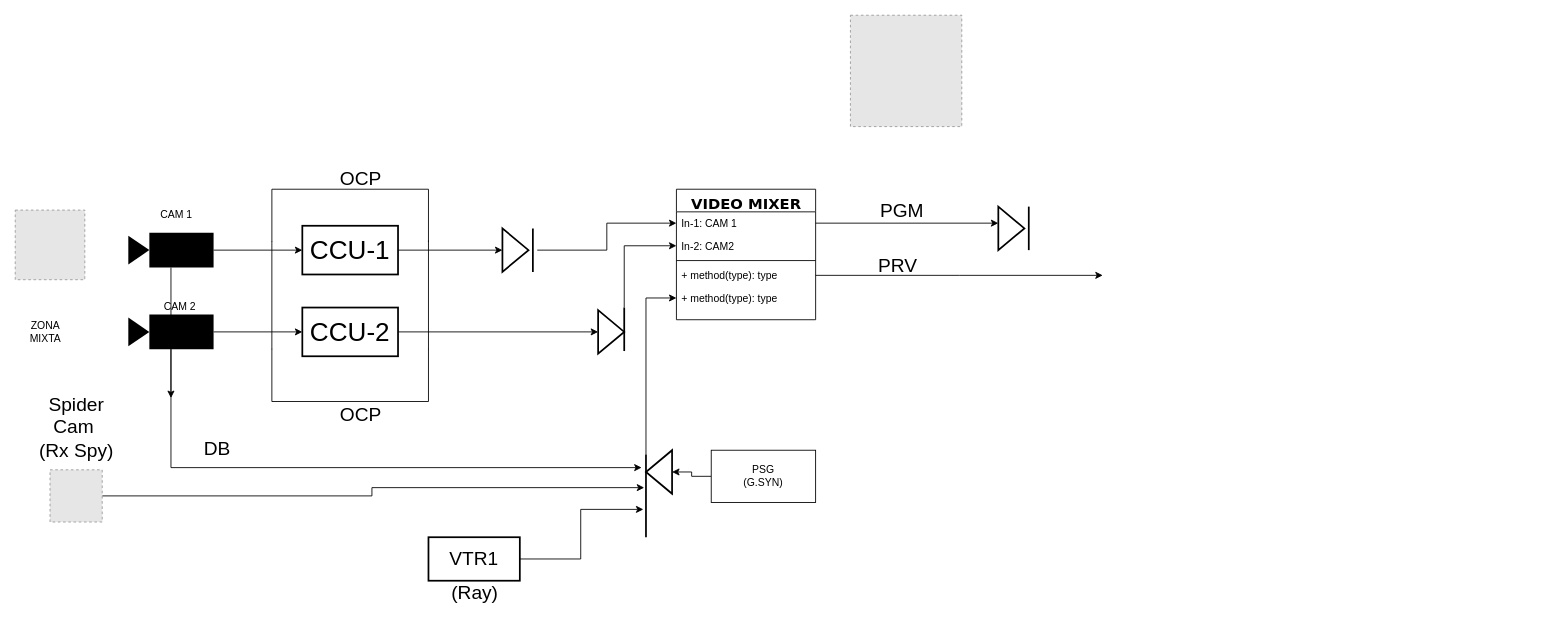
The draw.io diagram Untitled Diagram.drawio in jbenaventeheras/diagrams, before the edit. Source tidied: cells renumbered, new cells numbered last; positions are measured from the earlier drawing's top-left corner, leaving out a move shared by most shapes. Both pictures are drawn from the tidied source at 87%, with x=0, y=0 at pixel (15, 15). Pictures stored in the file or linked from it are replaced by grey dashed boxes.
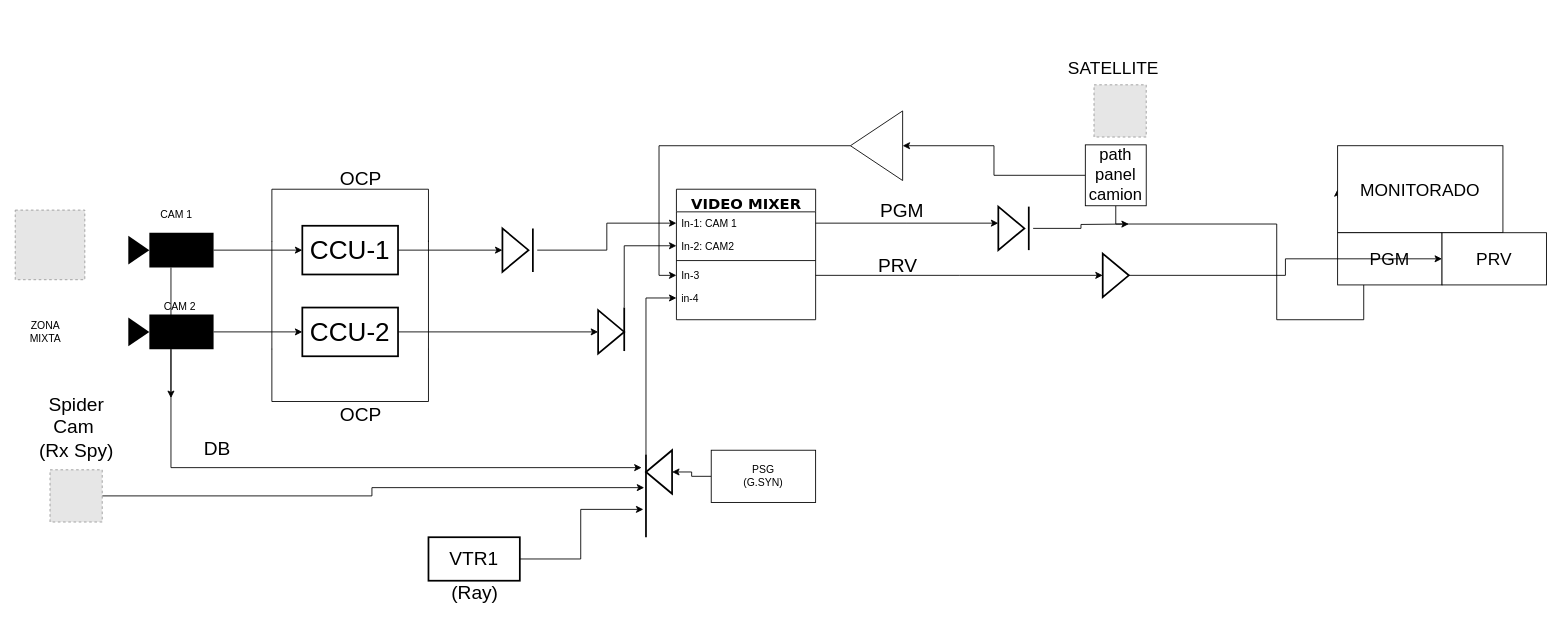
After the change.

Unchanged cells that the change refers to:
```xml
<mxCell id="2" value="&lt;span style=&quot;font-size: 17px&quot;&gt;VIDEO MIXER&lt;/span&gt;" style="swimlane;html=1;fontStyle=1;align=center;verticalAlign=top;horizontal=1;startSize=26;swimlaneFillColor=#ffffff;rounded=0;shadow=0;comic=0;labelBackgroundColor=none;strokeWidth=1;fillColor=none;fontFamily=Verdana;fontSize=12;" parent="1" vertex="1">
  <mxGeometry x="760" y="200" width="160" height="150" as="geometry" />
</mxCell>
<mxCell id="51" style="line;strokeWidth=2;direction=south;html=1;" parent="1" vertex="1">
  <mxGeometry x="1160" y="220" width="10" height="50" as="geometry" />
</mxCell>
```

The edit, as a diff of the source:
```diff
@@
-    <mxCell id="6" value="+ method(type): type" style="text;html=1;strokeColor=none;fillColor=none;align=left;verticalAlign=top;spacingLeft=4;spacingRight=4;whiteSpace=wrap;overflow=hidden;points=[[0,0.5],[1,0.5]];portConstraint=eastwest;" parent="2" vertex="1">
+    <mxCell id="6" value="In-3" style="text;html=1;strokeColor=none;fillColor=none;align=left;verticalAlign=top;spacingLeft=4;spacingRight=4;whiteSpace=wrap;overflow=hidden;points=[[0,0.5],[1,0.5]];portConstraint=eastwest;" parent="2" vertex="1">
       <mxGeometry y="86" width="160" height="26" as="geometry" />
     </mxCell>
-    <mxCell id="7" value="+ method(type): type" style="text;html=1;strokeColor=none;fillColor=none;align=left;verticalAlign=top;spacingLeft=4;spacingRight=4;whiteSpace=wrap;overflow=hidden;points=[[0,0.5],[1,0.5]];portConstraint=eastwest;" parent="2" vertex="1">
+    <mxCell id="7" value="in-4" style="text;html=1;strokeColor=none;fillColor=none;align=left;verticalAlign=top;spacingLeft=4;spacingRight=4;whiteSpace=wrap;overflow=hidden;points=[[0,0.5],[1,0.5]];portConstraint=eastwest;" parent="2" vertex="1">
       <mxGeometry y="112" width="160" height="26" as="geometry" />
     </mxCell>
@@
+    <mxCell id="53" style="edgeStyle=orthogonalEdgeStyle;rounded=0;jettySize=auto;html=1;exitX=0.5;exitY=1;exitDx=0;exitDy=0;entryX=0;entryY=0.5;entryDx=0;entryDy=0;" parent="1" edge="1" source="56" target="60">
+      <mxGeometry relative="1" as="geometry">
+        <Array as="points">
+          <mxPoint x="1265" y="240" />
+          <mxPoint x="1450" y="240" />
+          <mxPoint x="1450" y="350" />
+          <mxPoint x="1550" y="350" />
+          <mxPoint x="1550" y="210" />
+        </Array>
+      </mxGeometry>
+    </mxCell>
+    <mxCell id="54" style="edgeStyle=orthogonalEdgeStyle;rounded=0;jettySize=auto;html=1;" parent="1" edge="1" source="51">
+      <mxGeometry relative="1" as="geometry">
+        <mxPoint x="1280" y="240" as="targetPoint" />
+      </mxGeometry>
+    </mxCell>
@@
     <mxCell id="52" style="fillColor=#E6E6E6;strokeColor=#999999;dashed=1;html=1;verticalAlign=top;verticalLabelPosition=bottom;labelBackgroundColor=#ffffff;" parent="1" vertex="1">
-      <mxGeometry x="960" width="128" height="128" as="geometry" />
+      <mxGeometry x="1240" y="80" width="60" height="60" as="geometry" />
     </mxCell>
+    <mxCell id="55" style="edgeStyle=orthogonalEdgeStyle;rounded=0;jettySize=auto;html=1;" parent="1" edge="1" source="56" target="58">
+      <mxGeometry relative="1" as="geometry" />
+    </mxCell>
+    <mxCell id="56" value="&lt;font style=&quot;font-size: 19px&quot;&gt;path panel camion&lt;/font&gt;&lt;font size=&quot;1&quot;&gt;&lt;br&gt;&lt;/font&gt;" style="whiteSpace=wrap;html=1;" parent="1" vertex="1">
+      <mxGeometry x="1230" y="149" width="70" height="70" as="geometry" />
+    </mxCell>
+    <mxCell id="57" style="edgeStyle=orthogonalEdgeStyle;rounded=0;jettySize=auto;html=1;exitX=1;exitY=0.5;exitDx=0;exitDy=0;entryX=0;entryY=0.5;entryDx=0;entryDy=0;" parent="1" edge="1" source="58" target="6">
+      <mxGeometry relative="1" as="geometry" />
+    </mxCell>
+    <mxCell id="58" style="triangle;whiteSpace=wrap;html=1;rotation=-180;" parent="1" vertex="1">
+      <mxGeometry x="960" y="110" width="60" height="80" as="geometry" />
+    </mxCell>
+    <mxCell id="59" value="&lt;span style=&quot;font-size: 20px&quot;&gt;SATELLITE&lt;/span&gt;" style="text;html=1;align=center;verticalAlign=middle;" parent="1" vertex="1">
+      <mxGeometry x="1202" y="50" width="120" height="20" as="geometry" />
+    </mxCell>
+    <mxCell id="60" value="&lt;font style=&quot;font-size: 20px&quot;&gt;MONITORADO&lt;/font&gt;" style="rounded=1;whiteSpace=wrap;html=1;arcSize=0;" parent="1" vertex="1">
+      <mxGeometry x="1520" y="150" width="190" height="100" as="geometry" />
+    </mxCell>
+    <mxCell id="61" value="&lt;span style=&quot;font-size: 20px&quot;&gt;PGM&lt;/span&gt;" style="rounded=0;whiteSpace=wrap;html=1;" parent="1" vertex="1">
+      <mxGeometry x="1520" y="250" width="120" height="60" as="geometry" />
+    </mxCell>
+    <mxCell id="62" style="text;html=1;align=center;verticalAlign=middle;" parent="1" vertex="1">
+      <mxGeometry x="1308" y="317" width="20" height="20" as="geometry" />
+    </mxCell>
+    <mxCell id="63" style="edgeStyle=orthogonalEdgeStyle;rounded=0;jettySize=auto;html=1;" parent="1" edge="1" source="64" target="65">
+      <mxGeometry relative="1" as="geometry" />
+    </mxCell>
+    <mxCell id="64" style="triangle;whiteSpace=wrap;html=1;strokeWidth=2;" parent="1" vertex="1">
+      <mxGeometry x="1250" y="274" width="30" height="50" as="geometry" />
+    </mxCell>
+    <mxCell id="65" value="&lt;font style=&quot;font-size: 20px&quot;&gt;P&lt;/font&gt;&lt;font style=&quot;font-size: 20px&quot;&gt;R&lt;/font&gt;&lt;font style=&quot;font-size: 20px&quot;&gt;V&lt;/font&gt;" style="rounded=0;whiteSpace=wrap;html=1;" parent="1" vertex="1">
+      <mxGeometry x="1640" y="250" width="120" height="60" as="geometry" />
+    </mxCell>
```
